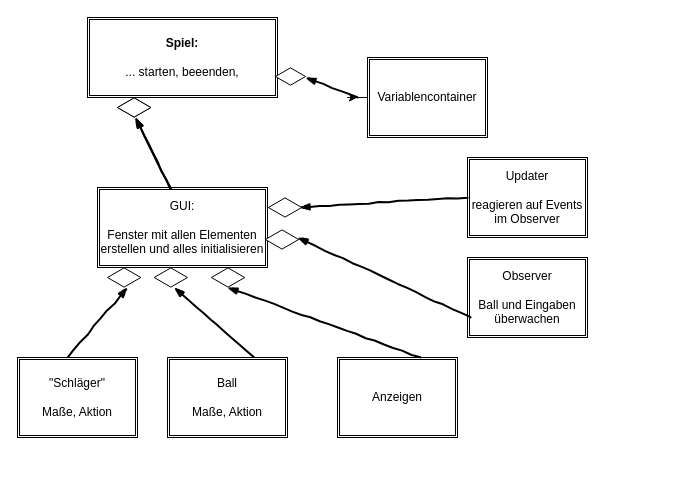
Earlier version of the draw.io diagram res/Klassendiagramm.drawio (martin243/Capstone_Quintett_Infernale). Source tidied: cells renumbered, new cells numbered last; positions are measured from the earlier drawing's top-left corner, leaving out a move shared by most shapes. Both pictures are drawn from the tidied source at 100%, with x=0, y=0 at pixel (17, 17).
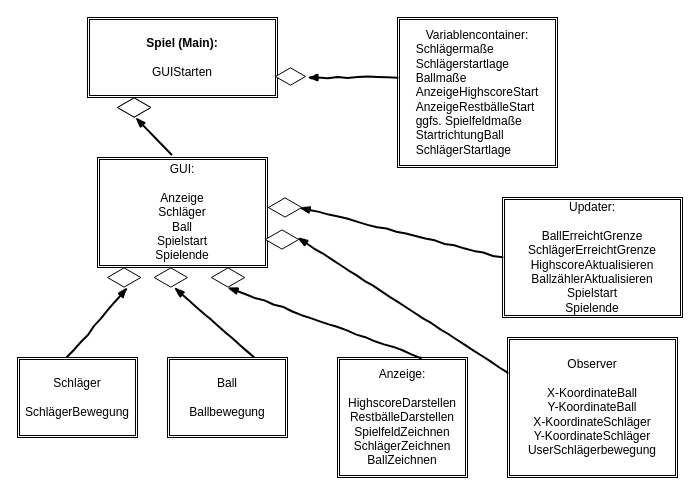
Above is the later version.

Commit message (it also covers changes not shown here):
Neue UML

The change refers to these unchanged cells:
```xml
<mxCell id="25" style="group;" parent="22" vertex="1">
  <mxGeometry x="-10" y="10" width="153.3" height="90" as="geometry" />
</mxCell>
```

The edit, as a diff of the source:
```diff
@@
-    <mxCell id="2" value="&lt;div&gt;&lt;b&gt;Spiel:&lt;/b&gt;&lt;/div&gt;&lt;div&gt;&lt;b&gt;&lt;br&gt;&lt;/b&gt;&lt;/div&gt;&lt;div&gt;... starten, beeenden,&lt;/div&gt;" style="shape=ext;double=1;rounded=0;whiteSpace=wrap;html=1;" parent="1" vertex="1">
+    <mxCell id="2" value="&lt;div&gt;&lt;b&gt;Spiel (Main):&lt;/b&gt;&lt;/div&gt;&lt;div&gt;&lt;b&gt;&lt;br&gt;&lt;/b&gt;&lt;/div&gt;&lt;div&gt;GUIStarten&lt;br&gt;&lt;/div&gt;" style="shape=ext;double=1;rounded=0;whiteSpace=wrap;html=1;" parent="1" vertex="1">
       <mxGeometry x="70" width="190" height="80" as="geometry" />
     </mxCell>
@@
-    <mxCell id="4" value="&lt;div&gt;GUI:&lt;/div&gt;&lt;div&gt;&lt;br&gt;&lt;/div&gt;&lt;div&gt;Fenster mit allen Elementen erstellen und alles initialisieren&lt;/div&gt;" style="shape=ext;double=1;rounded=0;whiteSpace=wrap;html=1;" parent="1" vertex="1">
-      <mxGeometry x="80" y="170" width="170" height="80" as="geometry" />
+    <mxCell id="4" value="&lt;div&gt;GUI:&lt;/div&gt;&lt;div&gt;&lt;br&gt;&lt;/div&gt;&lt;div&gt;Anzeige&lt;/div&gt;&lt;div&gt;Schläger&lt;/div&gt;&lt;div&gt;Ball&lt;/div&gt;&lt;div&gt;Spielstart&lt;/div&gt;&lt;div&gt;Spielende&lt;br&gt;&lt;/div&gt;" style="shape=ext;double=1;rounded=0;whiteSpace=wrap;html=1;" parent="1" vertex="1">
+      <mxGeometry x="80" y="140" width="170" height="110" as="geometry" />
     </mxCell>
-    <mxCell id="5" style="rounded=0;comic=1;strokeWidth=2;endArrow=blockThin;html=1;fontFamily=Comic Sans MS;fontStyle=1;" parent="1" edge="1">
+    <mxCell id="5" style="rounded=0;comic=1;strokeWidth=2;endArrow=blockThin;html=1;fontFamily=Comic Sans MS;fontStyle=1;exitX=0.435;exitY=-0.027;exitDx=0;exitDy=0;exitPerimeter=0;" parent="1" edge="1" source="4">
       <mxGeometry relative="1" as="geometry">
-        <mxPoint x="153" y="171" as="sourcePoint" />
         <mxPoint x="118" y="100" as="targetPoint" />
       </mxGeometry>
     </mxCell>
@@
-    <mxCell id="7" style="rounded=0;comic=1;strokeWidth=2;endArrow=blockThin;html=1;fontFamily=Comic Sans MS;fontStyle=1;" parent="1" edge="1">
-      <mxGeometry relative="1" as="geometry">
-        <mxPoint x="153" y="171" as="sourcePoint" />
-        <mxPoint x="118" y="100" as="targetPoint" />
-      </mxGeometry>
-    </mxCell>
@@
-    <mxCell id="14" value="Anzeigen" style="shape=ext;double=1;rounded=0;whiteSpace=wrap;html=1;" parent="1" vertex="1">
-      <mxGeometry x="320" y="340" width="120" height="80" as="geometry" />
+    <mxCell id="14" value="&lt;div&gt;Anzeige:&lt;/div&gt;&lt;div&gt;&lt;br&gt;&lt;/div&gt;&lt;div&gt;HighscoreDarstellen&lt;br&gt;&lt;/div&gt;&lt;div&gt;RestbälleDarstellen&lt;br&gt;&lt;/div&gt;&lt;div&gt;SpielfeldZeichnen&lt;/div&gt;&lt;div&gt;SchlägerZeichnen&lt;/div&gt;&lt;div&gt;BallZeichnen&lt;br&gt;&lt;/div&gt;" style="shape=ext;double=1;rounded=0;whiteSpace=wrap;html=1;" parent="1" vertex="1">
+      <mxGeometry x="320" y="340" width="130" height="120" as="geometry" />
     </mxCell>
-    <mxCell id="15" value="&lt;div&gt;Ball&lt;/div&gt;&lt;div&gt;&lt;br&gt;&lt;/div&gt;&lt;div&gt;Maße, Aktion&lt;br&gt;&lt;/div&gt;" style="shape=ext;double=1;rounded=0;whiteSpace=wrap;html=1;" parent="1" vertex="1">
+    <mxCell id="15" value="&lt;div&gt;Ball&lt;/div&gt;&lt;div&gt;&lt;br&gt;&lt;/div&gt;&lt;div&gt;Ballbewegung&lt;br&gt;&lt;/div&gt;" style="shape=ext;double=1;rounded=0;whiteSpace=wrap;html=1;" parent="1" vertex="1">
       <mxGeometry x="150" y="340" width="120" height="80" as="geometry" />
     </mxCell>
-    <mxCell id="16" value="&lt;div&gt;&quot;Schläger&quot;&lt;/div&gt;&lt;div&gt;&lt;br&gt;&lt;/div&gt;&lt;div&gt;Maße, Aktion&lt;br&gt;&lt;/div&gt;" style="shape=ext;double=1;rounded=0;whiteSpace=wrap;html=1;" parent="1" vertex="1">
+    <mxCell id="16" value="&lt;div&gt;Schläger&lt;/div&gt;&lt;div&gt;&lt;br&gt;&lt;/div&gt;&lt;div&gt;SchlägerBewegung&lt;br&gt;&lt;/div&gt;" style="shape=ext;double=1;rounded=0;whiteSpace=wrap;html=1;" parent="1" vertex="1">
       <mxGeometry y="340" width="120" height="80" as="geometry" />
     </mxCell>
@@
-    <mxCell id="20" value="&lt;div&gt;Observer&lt;/div&gt;&lt;div&gt;&lt;br&gt;&lt;/div&gt;&lt;div&gt;Ball und Eingaben überwachen&lt;br&gt;&lt;/div&gt;" style="shape=ext;double=1;rounded=0;whiteSpace=wrap;html=1;" parent="1" vertex="1">
-      <mxGeometry x="450" y="240" width="120" height="80" as="geometry" />
+    <mxCell id="20" value="&lt;div&gt;Observer&lt;/div&gt;&lt;div&gt;&lt;br&gt;&lt;/div&gt;&lt;div&gt;X-KoordinateBall&lt;/div&gt;&lt;div&gt;Y-KoordinateBall&lt;/div&gt;&lt;div&gt;X-KoordinateSchläger&lt;/div&gt;&lt;div&gt;Y-KoordinateSchläger&lt;/div&gt;&lt;div&gt;UserSchlägerbewegung&lt;br&gt;&lt;/div&gt;" style="shape=ext;double=1;rounded=0;whiteSpace=wrap;html=1;" parent="1" vertex="1">
+      <mxGeometry x="490" y="320" width="170" height="140" as="geometry" />
     </mxCell>
-    <mxCell id="21" value="&lt;div&gt;Updater&lt;/div&gt;&lt;div&gt;&lt;br&gt;&lt;/div&gt;&lt;div&gt;reagieren auf Events im Observer&lt;br&gt;&lt;/div&gt;" style="shape=ext;double=1;rounded=0;whiteSpace=wrap;html=1;" parent="1" vertex="1">
-      <mxGeometry x="450" y="140" width="120" height="80" as="geometry" />
+    <mxCell id="21" value="&lt;div&gt;Updater:&lt;/div&gt;&lt;div&gt;&lt;br&gt;&lt;/div&gt;&lt;div&gt;BallErreichtGrenze&lt;/div&gt;&lt;div&gt;SchlägerErreichtGrenze&lt;br&gt;&lt;/div&gt;&lt;div&gt;HighscoreAktualisieren&lt;/div&gt;&lt;div&gt;BallzählerAktualisieren&lt;/div&gt;&lt;div&gt;Spielstart&lt;/div&gt;&lt;div&gt;Spielende&lt;br&gt;&lt;/div&gt;" style="shape=ext;double=1;rounded=0;whiteSpace=wrap;html=1;" parent="1" vertex="1">
+      <mxGeometry x="485" y="180" width="180" height="120" as="geometry" />
     </mxCell>
@@
-    <mxCell id="26" style="rounded=0;comic=1;strokeWidth=2;endArrow=blockThin;html=1;fontFamily=Comic Sans MS;fontStyle=1;" parent="25" edge="1">
+    <mxCell id="26" style="rounded=0;comic=1;strokeWidth=2;endArrow=blockThin;html=1;fontFamily=Comic Sans MS;fontStyle=1;exitX=0;exitY=0.25;exitDx=0;exitDy=0;" parent="25" edge="1" source="20">
       <mxGeometry relative="1" as="geometry">
-        <mxPoint x="223" y="110" as="sourcePoint" />
         <mxPoint x="50" y="30" as="targetPoint" />
       </mxGeometry>
     </mxCell>
@@
-    <mxCell id="28" style="edgeStyle=orthogonalEdgeStyle;rounded=0;jettySize=auto;html=1;" parent="1" edge="1" source="29">
-      <mxGeometry relative="1" as="geometry">
-        <mxPoint x="340" y="80" as="targetPoint" />
-      </mxGeometry>
-    </mxCell>
-    <mxCell id="29" value="Variablencontainer" style="shape=ext;double=1;rounded=0;whiteSpace=wrap;html=1;" parent="1" vertex="1">
-      <mxGeometry x="350" y="40" width="120" height="80" as="geometry" />
+    <mxCell id="29" value="&lt;div&gt;Variablencontainer:&lt;/div&gt;&lt;div align=&quot;left&quot;&gt;Schlägermaße&lt;/div&gt;&lt;div align=&quot;left&quot;&gt;Schlägerstartlage&lt;br&gt;&lt;/div&gt;&lt;div align=&quot;left&quot;&gt;Ballmaße&lt;/div&gt;&lt;div align=&quot;left&quot;&gt;AnzeigeHighscoreStart&lt;/div&gt;&lt;div align=&quot;left&quot;&gt;AnzeigeRestbälleStart&lt;/div&gt;&lt;div align=&quot;left&quot;&gt;ggfs. Spielfeldmaße&lt;/div&gt;&lt;div align=&quot;left&quot;&gt;StartrichtungBall&lt;/div&gt;&lt;div align=&quot;left&quot;&gt;SchlägerStartlage&lt;/div&gt;" style="shape=ext;double=1;rounded=0;whiteSpace=wrap;html=1;" parent="1" vertex="1">
+      <mxGeometry x="380" width="160" height="150" as="geometry" />
     </mxCell>
     <mxCell id="30" style="rounded=0;comic=1;strokeWidth=2;endArrow=blockThin;html=1;fontFamily=Comic Sans MS;fontStyle=1;" parent="1" edge="1">
       <mxGeometry relative="1" as="geometry">
-        <mxPoint x="340" y="80" as="sourcePoint" />
-        <mxPoint x="288" y="60" as="targetPoint" />
+        <mxPoint x="380" y="60" as="sourcePoint" />
+        <mxPoint x="290" y="60" as="targetPoint" />
       </mxGeometry>
     </mxCell>
```
